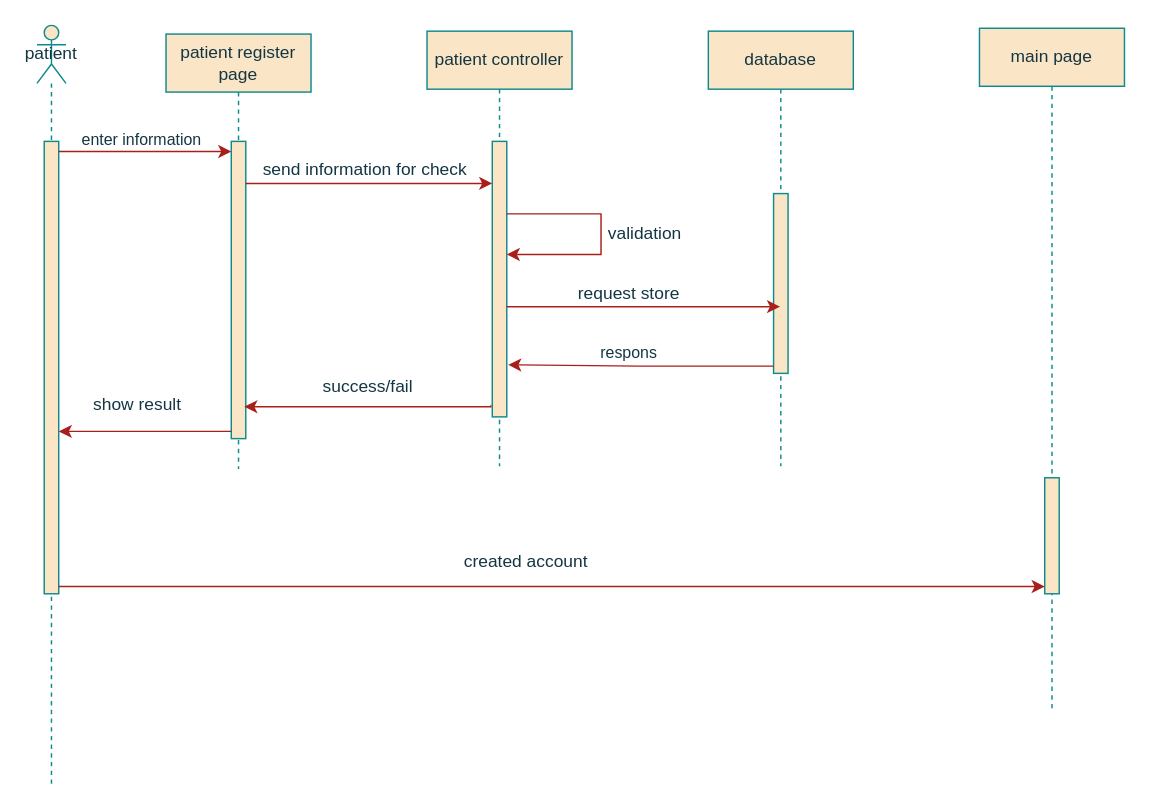
Earlier version of the draw.io diagram page "register patient" (1 of 10) of SEQUENSE/login_register.drawio (SalehAskari/telemedicine). Source tidied: cells renumbered, new cells numbered last; positions are measured from the earlier drawing's top-left corner, leaving out a move shared by most shapes. Both pictures are drawn from the tidied source at 145%, with x=0, y=0 at pixel (36, 25).
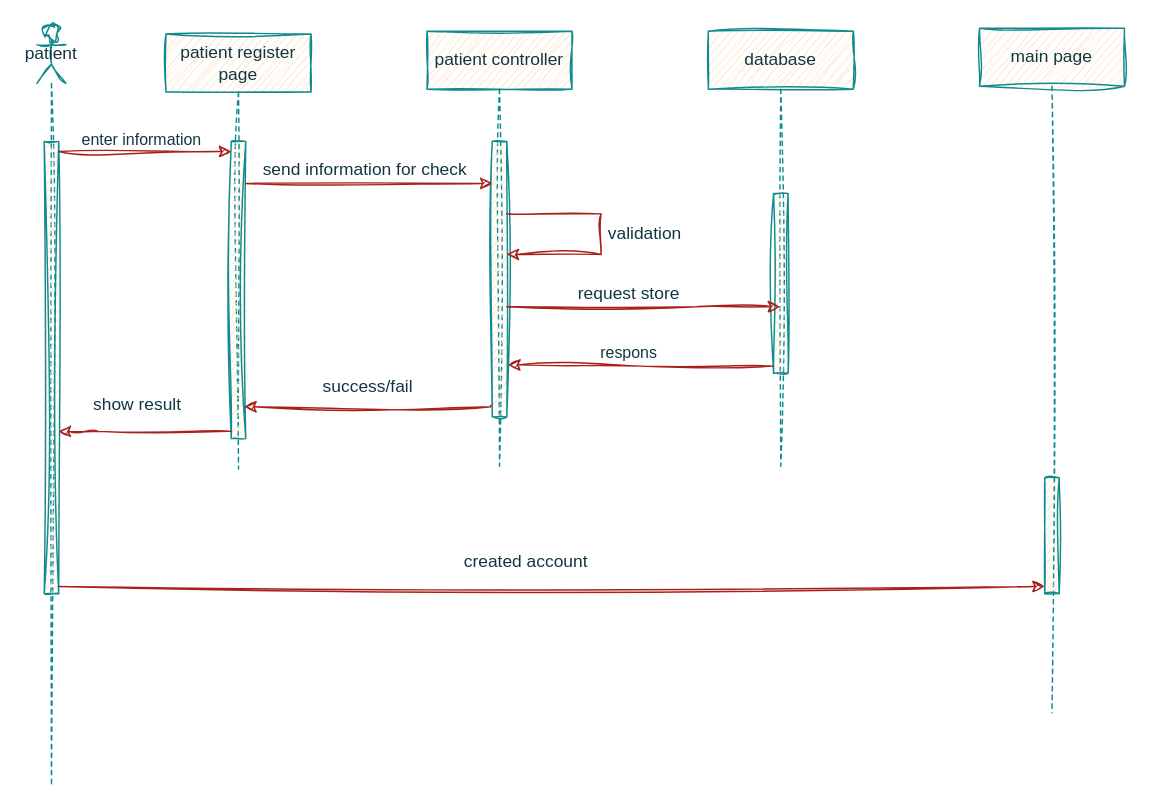
Above is the later version.

Change to the diagram source:
```diff
@@
-    <mxCell id="2" value="patient" style="shape=umlLifeline;perimeter=lifelinePerimeter;whiteSpace=wrap;html=1;newEdgeStyle={&quot;curved&quot;:0,&quot;rounded&quot;:0};participant=umlActor;labelBackgroundColor=none;fillColor=#FAE5C7;strokeColor=#0F8B8D;fontColor=#143642;" parent="1" vertex="1">
+    <mxCell id="2" value="patient" style="shape=umlLifeline;perimeter=lifelinePerimeter;whiteSpace=wrap;html=1;newEdgeStyle={&quot;curved&quot;:0,&quot;rounded&quot;:0};participant=umlActor;labelBackgroundColor=none;fillColor=#FAE5C7;strokeColor=#0F8B8D;fontColor=#143642;sketch=1;curveFitting=1;jiggle=2;" parent="1" vertex="1">
       <mxGeometry width="20" height="525" as="geometry" />
     </mxCell>
-    <mxCell id="3" style="html=1;points=[[0,0,0,0,5],[0,1,0,0,-5],[1,0,0,0,5],[1,1,0,0,-5]];perimeter=orthogonalPerimeter;outlineConnect=0;targetShapes=umlLifeline;portConstraint=eastwest;newEdgeStyle={&quot;curved&quot;:0,&quot;rounded&quot;:0};labelBackgroundColor=none;fillColor=#FAE5C7;strokeColor=#0F8B8D;fontColor=#143642;" parent="2" vertex="1">
+    <mxCell id="3" style="html=1;points=[[0,0,0,0,5],[0,1,0,0,-5],[1,0,0,0,5],[1,1,0,0,-5]];perimeter=orthogonalPerimeter;outlineConnect=0;targetShapes=umlLifeline;portConstraint=eastwest;newEdgeStyle={&quot;curved&quot;:0,&quot;rounded&quot;:0};labelBackgroundColor=none;fillColor=#FAE5C7;strokeColor=#0F8B8D;fontColor=#143642;sketch=1;curveFitting=1;jiggle=2;" parent="2" vertex="1">
       <mxGeometry x="5" y="80" width="10" height="312" as="geometry" />
     </mxCell>
-    <mxCell id="4" value="patient register page" style="shape=umlLifeline;perimeter=lifelinePerimeter;whiteSpace=wrap;html=1;newEdgeStyle={&quot;curved&quot;:0,&quot;rounded&quot;:0};labelBackgroundColor=none;fillColor=#FAE5C7;strokeColor=#0F8B8D;fontColor=#143642;" parent="1" vertex="1">
+    <mxCell id="4" value="patient register page" style="shape=umlLifeline;perimeter=lifelinePerimeter;whiteSpace=wrap;html=1;newEdgeStyle={&quot;curved&quot;:0,&quot;rounded&quot;:0};labelBackgroundColor=none;fillColor=#FAE5C7;strokeColor=#0F8B8D;fontColor=#143642;sketch=1;curveFitting=1;jiggle=2;" parent="1" vertex="1">
       <mxGeometry x="89" y="6" width="100" height="300" as="geometry" />
     </mxCell>
-    <mxCell id="5" style="html=1;points=[[0,0,0,0,5],[0,1,0,0,-5],[1,0,0,0,5],[1,1,0,0,-5]];perimeter=orthogonalPerimeter;outlineConnect=0;targetShapes=umlLifeline;portConstraint=eastwest;newEdgeStyle={&quot;curved&quot;:0,&quot;rounded&quot;:0};labelBackgroundColor=none;fillColor=#FAE5C7;strokeColor=#0F8B8D;fontColor=#143642;" parent="4" vertex="1">
+    <mxCell id="5" style="html=1;points=[[0,0,0,0,5],[0,1,0,0,-5],[1,0,0,0,5],[1,1,0,0,-5]];perimeter=orthogonalPerimeter;outlineConnect=0;targetShapes=umlLifeline;portConstraint=eastwest;newEdgeStyle={&quot;curved&quot;:0,&quot;rounded&quot;:0};labelBackgroundColor=none;fillColor=#FAE5C7;strokeColor=#0F8B8D;fontColor=#143642;sketch=1;curveFitting=1;jiggle=2;" parent="4" vertex="1">
       <mxGeometry x="45" y="74" width="10" height="205" as="geometry" />
     </mxCell>
-    <mxCell id="6" style="edgeStyle=orthogonalEdgeStyle;rounded=0;orthogonalLoop=1;jettySize=auto;html=1;curved=0;labelBackgroundColor=none;strokeColor=#A8201A;fontColor=default;" parent="1" edge="1">
+    <mxCell id="6" style="edgeStyle=orthogonalEdgeStyle;rounded=0;orthogonalLoop=1;jettySize=auto;html=1;curved=0;labelBackgroundColor=none;strokeColor=#A8201A;fontColor=default;sketch=1;curveFitting=1;jiggle=2;" parent="1" edge="1">
       <mxGeometry relative="1" as="geometry">
         <mxPoint x="15" y="87" as="sourcePoint" />
         <mxPoint x="134" y="87" as="targetPoint" />
       </mxGeometry>
     </mxCell>
-    <mxCell id="7" value="enter information" style="edgeLabel;html=1;align=center;verticalAlign=middle;labelBackgroundColor=none;fontColor=#143642;" parent="6" vertex="1">
+    <mxCell id="7" value="enter information" style="edgeLabel;html=1;align=center;verticalAlign=middle;labelBackgroundColor=none;fontColor=#143642;sketch=1;curveFitting=1;jiggle=2;" parent="6" vertex="1">
       <mxGeometry x="-0.03" y="-1" relative="1" as="geometry">
         <mxPoint x="-2" y="-10" as="offset" />
       </mxGeometry>
     </mxCell>
-    <mxCell id="8" value="patient controller" style="shape=umlLifeline;perimeter=lifelinePerimeter;whiteSpace=wrap;html=1;newEdgeStyle={&quot;curved&quot;:0,&quot;rounded&quot;:0};labelBackgroundColor=none;fillColor=#FAE5C7;strokeColor=#0F8B8D;fontColor=#143642;" parent="1" vertex="1">
+    <mxCell id="8" value="patient controller" style="shape=umlLifeline;perimeter=lifelinePerimeter;whiteSpace=wrap;html=1;newEdgeStyle={&quot;curved&quot;:0,&quot;rounded&quot;:0};labelBackgroundColor=none;fillColor=#FAE5C7;strokeColor=#0F8B8D;fontColor=#143642;sketch=1;curveFitting=1;jiggle=2;" parent="1" vertex="1">
       <mxGeometry x="269" y="4" width="100" height="300" as="geometry" />
     </mxCell>
-    <mxCell id="9" style="html=1;points=[[0,0,0,0,5],[0,1,0,0,-5],[1,0,0,0,5],[1,1,0,0,-5]];perimeter=orthogonalPerimeter;outlineConnect=0;targetShapes=umlLifeline;portConstraint=eastwest;newEdgeStyle={&quot;curved&quot;:0,&quot;rounded&quot;:0};labelBackgroundColor=none;fillColor=#FAE5C7;strokeColor=#0F8B8D;fontColor=#143642;" parent="8" vertex="1">
+    <mxCell id="9" style="html=1;points=[[0,0,0,0,5],[0,1,0,0,-5],[1,0,0,0,5],[1,1,0,0,-5]];perimeter=orthogonalPerimeter;outlineConnect=0;targetShapes=umlLifeline;portConstraint=eastwest;newEdgeStyle={&quot;curved&quot;:0,&quot;rounded&quot;:0};labelBackgroundColor=none;fillColor=#FAE5C7;strokeColor=#0F8B8D;fontColor=#143642;sketch=1;curveFitting=1;jiggle=2;" parent="8" vertex="1">
       <mxGeometry x="45" y="76" width="10" height="190" as="geometry" />
     </mxCell>
-    <mxCell id="10" style="edgeStyle=orthogonalEdgeStyle;rounded=0;orthogonalLoop=1;jettySize=auto;html=1;curved=0;labelBackgroundColor=none;strokeColor=#A8201A;fontColor=default;" parent="1" edge="1">
+    <mxCell id="10" style="edgeStyle=orthogonalEdgeStyle;rounded=0;orthogonalLoop=1;jettySize=auto;html=1;curved=0;labelBackgroundColor=none;strokeColor=#A8201A;fontColor=default;sketch=1;curveFitting=1;jiggle=2;" parent="1" edge="1">
       <mxGeometry relative="1" as="geometry">
         <mxPoint x="144" y="109" as="sourcePoint" />
         <mxPoint x="314" y="109" as="targetPoint" />
       </mxGeometry>
     </mxCell>
-    <mxCell id="11" value="send information for check" style="text;html=1;align=center;verticalAlign=middle;strokeColor=none;fillColor=none;labelBackgroundColor=none;fontColor=#143642;" parent="1" vertex="1">
+    <mxCell id="11" value="send information for check" style="text;html=1;align=center;verticalAlign=middle;strokeColor=none;fillColor=none;labelBackgroundColor=none;fontColor=#143642;sketch=1;curveFitting=1;jiggle=2;" parent="1" vertex="1">
       <mxGeometry x="146" y="87" width="159" height="26" as="geometry" />
     </mxCell>
-    <mxCell id="12" style="edgeStyle=orthogonalEdgeStyle;rounded=0;orthogonalLoop=1;jettySize=auto;html=1;curved=0;labelBackgroundColor=none;strokeColor=#A8201A;fontColor=default;" parent="1" edge="1">
+    <mxCell id="12" style="edgeStyle=orthogonalEdgeStyle;rounded=0;orthogonalLoop=1;jettySize=auto;html=1;curved=0;labelBackgroundColor=none;strokeColor=#A8201A;fontColor=default;sketch=1;curveFitting=1;jiggle=2;" parent="1" edge="1">
       <mxGeometry relative="1" as="geometry">
         <mxPoint x="313" y="262" as="sourcePoint" />
         <mxPoint x="143" y="263" as="targetPoint" />
         <Array as="points">
           <mxPoint x="313" y="263" />
         </Array>
       </mxGeometry>
     </mxCell>
-    <mxCell id="13" value="success/fail" style="text;html=1;align=center;verticalAlign=middle;strokeColor=none;fillColor=none;labelBackgroundColor=none;fontColor=#143642;" parent="1" vertex="1">
+    <mxCell id="13" value="success/fail" style="text;html=1;align=center;verticalAlign=middle;strokeColor=none;fillColor=none;labelBackgroundColor=none;fontColor=#143642;sketch=1;curveFitting=1;jiggle=2;" parent="1" vertex="1">
       <mxGeometry x="188" y="236" width="80" height="26" as="geometry" />
     </mxCell>
-    <mxCell id="14" value="database" style="shape=umlLifeline;perimeter=lifelinePerimeter;whiteSpace=wrap;html=1;newEdgeStyle={&quot;curved&quot;:0,&quot;rounded&quot;:0};strokeColor=#0F8B8D;fontColor=#143642;fillColor=#FAE5C7;" parent="1" vertex="1">
+    <mxCell id="14" value="database" style="shape=umlLifeline;perimeter=lifelinePerimeter;whiteSpace=wrap;html=1;newEdgeStyle={&quot;curved&quot;:0,&quot;rounded&quot;:0};strokeColor=#0F8B8D;fontColor=#143642;fillColor=#FAE5C7;sketch=1;curveFitting=1;jiggle=2;" parent="1" vertex="1">
       <mxGeometry x="463" y="4" width="100" height="300" as="geometry" />
     </mxCell>
-    <mxCell id="15" style="html=1;points=[[0,0,0,0,5],[0,1,0,0,-5],[1,0,0,0,5],[1,1,0,0,-5]];perimeter=orthogonalPerimeter;outlineConnect=0;targetShapes=umlLifeline;portConstraint=eastwest;newEdgeStyle={&quot;curved&quot;:0,&quot;rounded&quot;:0};strokeColor=#0F8B8D;fontColor=#143642;fillColor=#FAE5C7;" parent="14" vertex="1">
+    <mxCell id="15" style="html=1;points=[[0,0,0,0,5],[0,1,0,0,-5],[1,0,0,0,5],[1,1,0,0,-5]];perimeter=orthogonalPerimeter;outlineConnect=0;targetShapes=umlLifeline;portConstraint=eastwest;newEdgeStyle={&quot;curved&quot;:0,&quot;rounded&quot;:0};strokeColor=#0F8B8D;fontColor=#143642;fillColor=#FAE5C7;sketch=1;curveFitting=1;jiggle=2;" parent="14" vertex="1">
       <mxGeometry x="45" y="112" width="10" height="124" as="geometry" />
     </mxCell>
-    <mxCell id="16" style="edgeStyle=orthogonalEdgeStyle;rounded=0;orthogonalLoop=1;jettySize=auto;html=1;curved=0;strokeColor=#A8201A;fontColor=#143642;fillColor=#FAE5C7;" parent="1" edge="1">
+    <mxCell id="16" style="edgeStyle=orthogonalEdgeStyle;rounded=0;orthogonalLoop=1;jettySize=auto;html=1;curved=0;strokeColor=#A8201A;fontColor=#143642;fillColor=#FAE5C7;sketch=1;curveFitting=1;jiggle=2;" parent="1" edge="1">
       <mxGeometry relative="1" as="geometry">
         <mxPoint x="324" y="194" as="sourcePoint" />
         <mxPoint x="512.5" y="194" as="targetPoint" />
         <Array as="points">
           <mxPoint x="455" y="194" />
           <mxPoint x="455" y="194" />
         </Array>
       </mxGeometry>
     </mxCell>
-    <mxCell id="17" value="request store" style="text;html=1;align=center;verticalAlign=middle;strokeColor=none;fillColor=none;fontColor=#143642;" parent="1" vertex="1">
+    <mxCell id="17" value="request store" style="text;html=1;align=center;verticalAlign=middle;strokeColor=none;fillColor=none;fontColor=#143642;sketch=1;curveFitting=1;jiggle=2;" parent="1" vertex="1">
       <mxGeometry x="364" y="172" width="88" height="26" as="geometry" />
     </mxCell>
-    <mxCell id="18" style="edgeStyle=orthogonalEdgeStyle;rounded=0;jettySize=auto;html=1;curved=0;exitX=0;exitY=1;exitDx=0;exitDy=-5;exitPerimeter=0;entryX=1.1;entryY=0.811;entryDx=0;entryDy=0;entryPerimeter=0;strokeColor=#A8201A;fontColor=#143642;fillColor=#FAE5C7;" parent="1" edge="1" source="15" target="9">
+    <mxCell id="18" style="edgeStyle=orthogonalEdgeStyle;rounded=0;jettySize=auto;html=1;curved=0;exitX=0;exitY=1;exitDx=0;exitDy=-5;exitPerimeter=0;entryX=1.1;entryY=0.811;entryDx=0;entryDy=0;entryPerimeter=0;strokeColor=#A8201A;fontColor=#143642;fillColor=#FAE5C7;sketch=1;curveFitting=1;jiggle=2;" parent="1" edge="1" source="15" target="9">
       <mxGeometry relative="1" as="geometry" />
     </mxCell>
-    <mxCell id="19" value="respons" style="edgeLabel;html=1;align=center;verticalAlign=middle;strokeColor=#0F8B8D;fontColor=#143642;fillColor=#FAE5C7;" parent="18" vertex="1">
+    <mxCell id="19" value="respons" style="edgeLabel;html=1;align=center;verticalAlign=middle;strokeColor=#0F8B8D;fontColor=#143642;fillColor=#FAE5C7;sketch=1;curveFitting=1;jiggle=2;" parent="18" vertex="1">
       <mxGeometry x="0.11" y="-1" relative="1" as="geometry">
         <mxPoint x="1" y="-8" as="offset" />
       </mxGeometry>
     </mxCell>
-    <mxCell id="20" style="edgeStyle=orthogonalEdgeStyle;rounded=0;jettySize=auto;html=1;curved=0;exitX=0;exitY=1;exitDx=0;exitDy=-5;exitPerimeter=0;strokeColor=#A8201A;fontColor=#143642;fillColor=#FAE5C7;" parent="1" edge="1" source="5" target="3">
+    <mxCell id="20" style="edgeStyle=orthogonalEdgeStyle;rounded=0;jettySize=auto;html=1;curved=0;exitX=0;exitY=1;exitDx=0;exitDy=-5;exitPerimeter=0;strokeColor=#A8201A;fontColor=#143642;fillColor=#FAE5C7;sketch=1;curveFitting=1;jiggle=2;" parent="1" edge="1" source="5" target="3">
       <mxGeometry relative="1" as="geometry">
         <Array as="points">
           <mxPoint x="42" y="280" />
           <mxPoint x="42" y="280" />
         </Array>
       </mxGeometry>
     </mxCell>
-    <mxCell id="21" value="show result" style="text;html=1;align=center;verticalAlign=middle;strokeColor=none;fillColor=none;fontColor=#143642;" parent="1" vertex="1">
+    <mxCell id="21" value="show result" style="text;html=1;align=center;verticalAlign=middle;strokeColor=none;fillColor=none;fontColor=#143642;sketch=1;curveFitting=1;jiggle=2;" parent="1" vertex="1">
       <mxGeometry x="29" y="249" width="79" height="26" as="geometry" />
     </mxCell>
-    <mxCell id="22" value="main page" style="shape=umlLifeline;perimeter=lifelinePerimeter;whiteSpace=wrap;html=1;newEdgeStyle={&quot;curved&quot;:0,&quot;rounded&quot;:0};strokeColor=#0F8B8D;fontColor=#143642;fillColor=#FAE5C7;" parent="1" vertex="1">
+    <mxCell id="22" value="main page" style="shape=umlLifeline;perimeter=lifelinePerimeter;whiteSpace=wrap;html=1;newEdgeStyle={&quot;curved&quot;:0,&quot;rounded&quot;:0};strokeColor=#0F8B8D;fontColor=#143642;fillColor=#FAE5C7;sketch=1;curveFitting=1;jiggle=2;" parent="1" vertex="1">
       <mxGeometry x="650" y="2" width="100" height="472" as="geometry" />
     </mxCell>
-    <mxCell id="23" style="html=1;points=[[0,0,0,0,5],[0,1,0,0,-5],[1,0,0,0,5],[1,1,0,0,-5]];perimeter=orthogonalPerimeter;outlineConnect=0;targetShapes=umlLifeline;portConstraint=eastwest;newEdgeStyle={&quot;curved&quot;:0,&quot;rounded&quot;:0};strokeColor=#0F8B8D;fontColor=#143642;fillColor=#FAE5C7;" parent="22" vertex="1">
+    <mxCell id="23" style="html=1;points=[[0,0,0,0,5],[0,1,0,0,-5],[1,0,0,0,5],[1,1,0,0,-5]];perimeter=orthogonalPerimeter;outlineConnect=0;targetShapes=umlLifeline;portConstraint=eastwest;newEdgeStyle={&quot;curved&quot;:0,&quot;rounded&quot;:0};strokeColor=#0F8B8D;fontColor=#143642;fillColor=#FAE5C7;sketch=1;curveFitting=1;jiggle=2;" parent="22" vertex="1">
       <mxGeometry x="45" y="310" width="10" height="80" as="geometry" />
     </mxCell>
-    <mxCell id="24" style="edgeStyle=orthogonalEdgeStyle;rounded=0;jettySize=auto;html=1;curved=0;exitX=1;exitY=1;exitDx=0;exitDy=-5;exitPerimeter=0;entryX=0;entryY=1;entryDx=0;entryDy=-5;entryPerimeter=0;strokeColor=#A8201A;fontColor=#143642;fillColor=#FAE5C7;" parent="1" edge="1" source="3" target="23">
+    <mxCell id="24" style="edgeStyle=orthogonalEdgeStyle;rounded=0;jettySize=auto;html=1;curved=0;exitX=1;exitY=1;exitDx=0;exitDy=-5;exitPerimeter=0;entryX=0;entryY=1;entryDx=0;entryDy=-5;entryPerimeter=0;strokeColor=#A8201A;fontColor=#143642;fillColor=#FAE5C7;sketch=1;curveFitting=1;jiggle=2;" parent="1" edge="1" source="3" target="23">
       <mxGeometry relative="1" as="geometry" />
     </mxCell>
-    <mxCell id="25" value="created account" style="text;html=1;align=center;verticalAlign=middle;strokeColor=none;fillColor=none;fontColor=#143642;" parent="1" vertex="1">
+    <mxCell id="25" value="created account" style="text;html=1;align=center;verticalAlign=middle;strokeColor=none;fillColor=none;fontColor=#143642;sketch=1;curveFitting=1;jiggle=2;" parent="1" vertex="1">
       <mxGeometry x="285" y="357" width="103" height="26" as="geometry" />
     </mxCell>
-    <mxCell id="26" style="edgeStyle=orthogonalEdgeStyle;rounded=0;orthogonalLoop=1;jettySize=auto;html=1;curved=0;strokeColor=#A8201A;fontColor=#143642;fillColor=#FAE5C7;" parent="1" edge="1">
+    <mxCell id="26" style="edgeStyle=orthogonalEdgeStyle;rounded=0;orthogonalLoop=1;jettySize=auto;html=1;curved=0;strokeColor=#A8201A;fontColor=#143642;fillColor=#FAE5C7;sketch=1;curveFitting=1;jiggle=2;" parent="1" edge="1">
       <mxGeometry relative="1" as="geometry">
         <mxPoint x="324" y="130" as="sourcePoint" />
         <mxPoint x="324" y="158" as="targetPoint" />
         <Array as="points">
           <mxPoint x="389" y="130" />
         </Array>
       </mxGeometry>
     </mxCell>
-    <mxCell id="27" value="validation" style="text;html=1;align=center;verticalAlign=middle;strokeColor=none;fillColor=none;fontColor=#143642;" parent="1" vertex="1">
+    <mxCell id="27" value="validation" style="text;html=1;align=center;verticalAlign=middle;strokeColor=none;fillColor=none;fontColor=#143642;sketch=1;curveFitting=1;jiggle=2;" parent="1" vertex="1">
       <mxGeometry x="384" y="131" width="69" height="26" as="geometry" />
     </mxCell>
```
